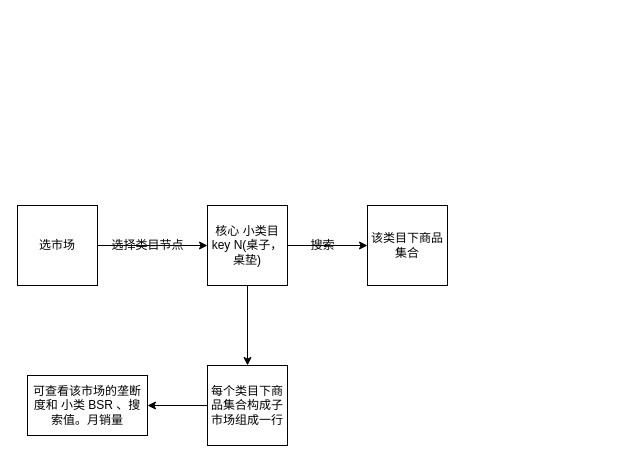
x3hong/algo keeps this draw.io diagram as 未命名绘图.drawio. Above is the earlier version. Source tidied: cells renumbered, new cells numbered last; positions are measured from the earlier drawing's top-left corner, leaving out a move shared by most shapes. Both pictures are drawn from the tidied source at 100%, with x=0, y=0 at pixel (17, 205).
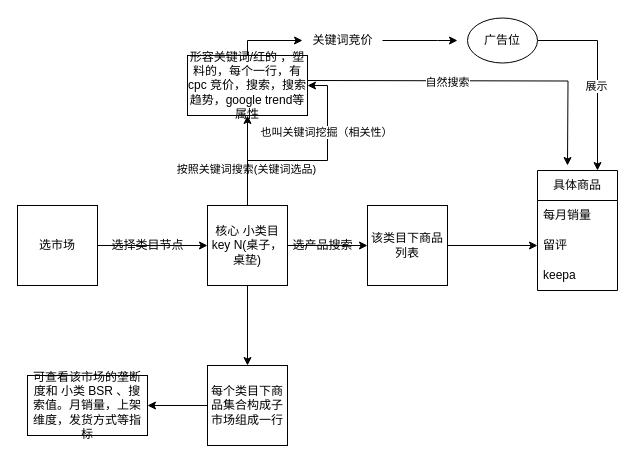
Above is the later version.

Commit message:
更新未命名绘图.drawio

Unchanged cells that the change refers to:
```xml
<mxCell id="4" value="核心 小类目key N(桌子，桌垫)" style="whiteSpace=wrap;html=1;" parent="1" vertex="1">
  <mxGeometry x="190" width="80" height="80" as="geometry" />
</mxCell>
```

Diff of the diagram source:
```diff
@@
+    <mxCell id="13" style="edgeStyle=orthogonalEdgeStyle;rounded=0;jettySize=auto;html=1;" parent="1" edge="1" source="4" target="25">
+      <mxGeometry relative="1" as="geometry" />
+    </mxCell>
+    <mxCell id="14" value="按照关键词搜索(关键词选品)" style="edgeLabel;html=1;align=center;verticalAlign=middle;" parent="13" vertex="1">
+      <mxGeometry x="-0.17" y="2" relative="1" as="geometry" />
+    </mxCell>
+    <mxCell id="15" style="edgeStyle=orthogonalEdgeStyle;rounded=0;jettySize=auto;html=1;entryX=1;entryY=0.5;entryDx=0;entryDy=0;" parent="1" edge="1" source="4" target="25">
+      <mxGeometry relative="1" as="geometry" />
+    </mxCell>
+    <mxCell id="16" value="也叫关键词挖掘（相关性）" style="edgeLabel;html=1;align=center;verticalAlign=middle;" parent="15" vertex="1">
+      <mxGeometry x="0.4" y="2" relative="1" as="geometry" />
+    </mxCell>
@@
+    <mxCell id="17" style="edgeStyle=orthogonalEdgeStyle;rounded=0;jettySize=auto;html=1;" parent="1" edge="1" source="5" target="20">
+      <mxGeometry relative="1" as="geometry" />
+    </mxCell>
-    <mxCell id="5" value="该类目下商品集合" style="whiteSpace=wrap;html=1;" parent="1" vertex="1">
+    <mxCell id="5" value="该类目下商品列表" style="whiteSpace=wrap;html=1;" parent="1" vertex="1">
       <mxGeometry x="350" width="80" height="80" as="geometry" />
     </mxCell>
@@
-    <mxCell id="9" value="搜索" style="text;html=1;align=center;verticalAlign=middle;strokeColor=none;fillColor=none;" parent="1" vertex="1">
-      <mxGeometry x="280" y="25" width="50" height="30" as="geometry" />
+    <mxCell id="9" value="选产品搜索" style="text;html=1;align=center;verticalAlign=middle;strokeColor=none;fillColor=none;" parent="1" vertex="1">
+      <mxGeometry x="265" y="25" width="80" height="30" as="geometry" />
     </mxCell>
@@
-    <mxCell id="12" value="可查看该市场的垄断度和 小类 BSR 、搜索值。月销量" style="whiteSpace=wrap;html=1;" parent="1" vertex="1">
+    <mxCell id="12" value="可查看该市场的垄断度和 小类 BSR 、搜索值。月销量，上架维度，发货方式等指标" style="whiteSpace=wrap;html=1;" parent="1" vertex="1">
       <mxGeometry x="10" y="170" width="120" height="60" as="geometry" />
     </mxCell>
+    <mxCell id="18" value="具体商品" style="swimlane;fontStyle=0;horizontal=1;startSize=30;whiteSpace=wrap;html=1;" parent="1" vertex="1">
+      <mxGeometry x="520" y="-35" width="80" height="120" as="geometry" />
+    </mxCell>
+    <mxCell id="19" value="每月销量" style="text;strokeColor=none;fillColor=none;align=left;verticalAlign=middle;spacingLeft=4;spacingRight=4;overflow=hidden;whiteSpace=wrap;html=1;" parent="18" vertex="1">
+      <mxGeometry y="30" width="80" height="30" as="geometry" />
+    </mxCell>
+    <mxCell id="20" value="留评" style="text;strokeColor=none;fillColor=none;align=left;verticalAlign=middle;spacingLeft=4;spacingRight=4;overflow=hidden;points=[[0,0.5],[1,0.5]];portConstraint=eastwest;whiteSpace=wrap;html=1;" parent="18" vertex="1">
+      <mxGeometry y="60" width="80" height="30" as="geometry" />
+    </mxCell>
+    <mxCell id="21" value="keepa" style="text;strokeColor=none;fillColor=none;align=left;verticalAlign=middle;spacingLeft=4;spacingRight=4;overflow=hidden;whiteSpace=wrap;html=1;" parent="18" vertex="1">
+      <mxGeometry y="90" width="80" height="30" as="geometry" />
+    </mxCell>
+    <mxCell id="22" style="edgeStyle=orthogonalEdgeStyle;rounded=0;orthogonalLoop=1;jettySize=auto;html=1;entryX=0.375;entryY=0;entryDx=0;entryDy=0;entryPerimeter=0;" parent="1" edge="1">
+      <mxGeometry relative="1" as="geometry">
+        <mxPoint x="290" y="-125" as="sourcePoint" />
+        <mxPoint x="550" y="-40" as="targetPoint" />
+      </mxGeometry>
+    </mxCell>
+    <mxCell id="23" value="自然搜索" style="edgeLabel;html=1;align=center;verticalAlign=middle;" parent="22" vertex="1">
+      <mxGeometry x="-0.19" y="-1" relative="1" as="geometry" />
+    </mxCell>
+    <mxCell id="24" style="edgeStyle=orthogonalEdgeStyle;rounded=0;jettySize=auto;html=1;" parent="1" edge="1" source="27">
+      <mxGeometry relative="1" as="geometry">
+        <mxPoint x="440" y="-165" as="targetPoint" />
+        <Array as="points">
+          <mxPoint x="420" y="-165" />
+        </Array>
+      </mxGeometry>
+    </mxCell>
+    <mxCell id="25" value="形容关键词/红的 ，塑料的，每个一行，有cpc 竞价，搜索，搜索趋势，google trend等属性" style="whiteSpace=wrap;html=1;" parent="1" vertex="1">
+      <mxGeometry x="170" y="-150" width="120" height="60" as="geometry" />
+    </mxCell>
+    <mxCell id="26" style="edgeStyle=orthogonalEdgeStyle;rounded=0;jettySize=auto;html=1;" parent="1" edge="1" source="25" target="27">
+      <mxGeometry relative="1" as="geometry">
+        <Array as="points">
+          <mxPoint x="230" y="-165" />
+        </Array>
+      </mxGeometry>
+    </mxCell>
+    <mxCell id="27" value="关键词竞价" style="text;html=1;align=center;verticalAlign=middle;points=[];strokeColor=none;fillColor=none;" parent="1" vertex="1">
+      <mxGeometry x="285" y="-180" width="80" height="30" as="geometry" />
+    </mxCell>
+    <mxCell id="28" style="edgeStyle=orthogonalEdgeStyle;rounded=0;jettySize=auto;html=1;entryX=0.75;entryY=0;entryDx=0;entryDy=0;" parent="1" edge="1" source="30" target="18">
+      <mxGeometry relative="1" as="geometry">
+        <Array as="points">
+          <mxPoint x="580" y="-165" />
+        </Array>
+      </mxGeometry>
+    </mxCell>
+    <mxCell id="29" value="展示" style="edgeLabel;html=1;align=center;verticalAlign=middle;" parent="28" vertex="1">
+      <mxGeometry x="0.1" y="-2" relative="1" as="geometry" />
+    </mxCell>
+    <mxCell id="30" value="广告位" style="ellipse;whiteSpace=wrap;html=1;" parent="1" vertex="1">
+      <mxGeometry x="450" y="-187.5" width="70" height="45" as="geometry" />
+    </mxCell>
```
